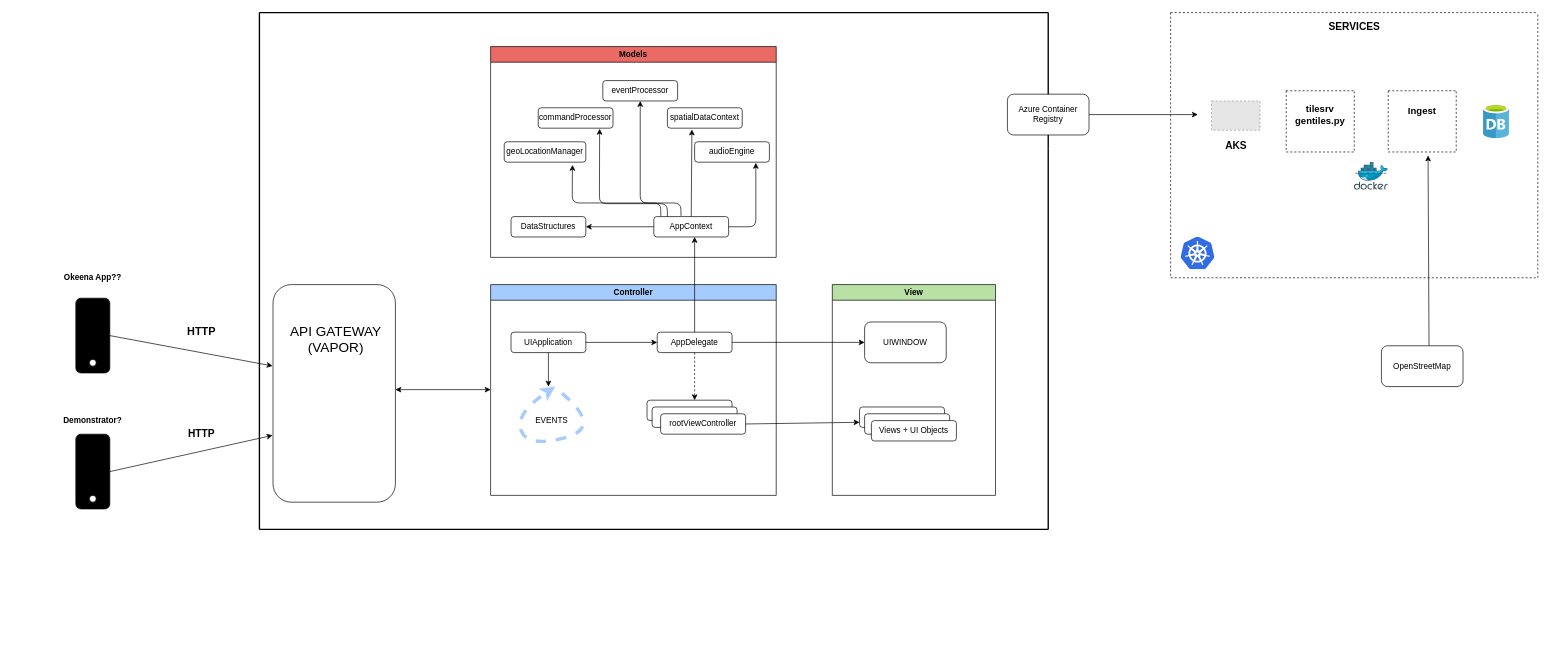
This is ArchitectureV2.drawio from willdonlan8/test, a draw.io file, before an edit. Source tidied: cells renumbered, new cells numbered last; positions are measured from the earlier drawing's top-left corner, leaving out a move shared by most shapes. Both pictures are drawn from the tidied source at 68%, with x=0, y=0 at pixel (41, 12). Pictures stored in the file or linked from it are replaced by grey dashed boxes.
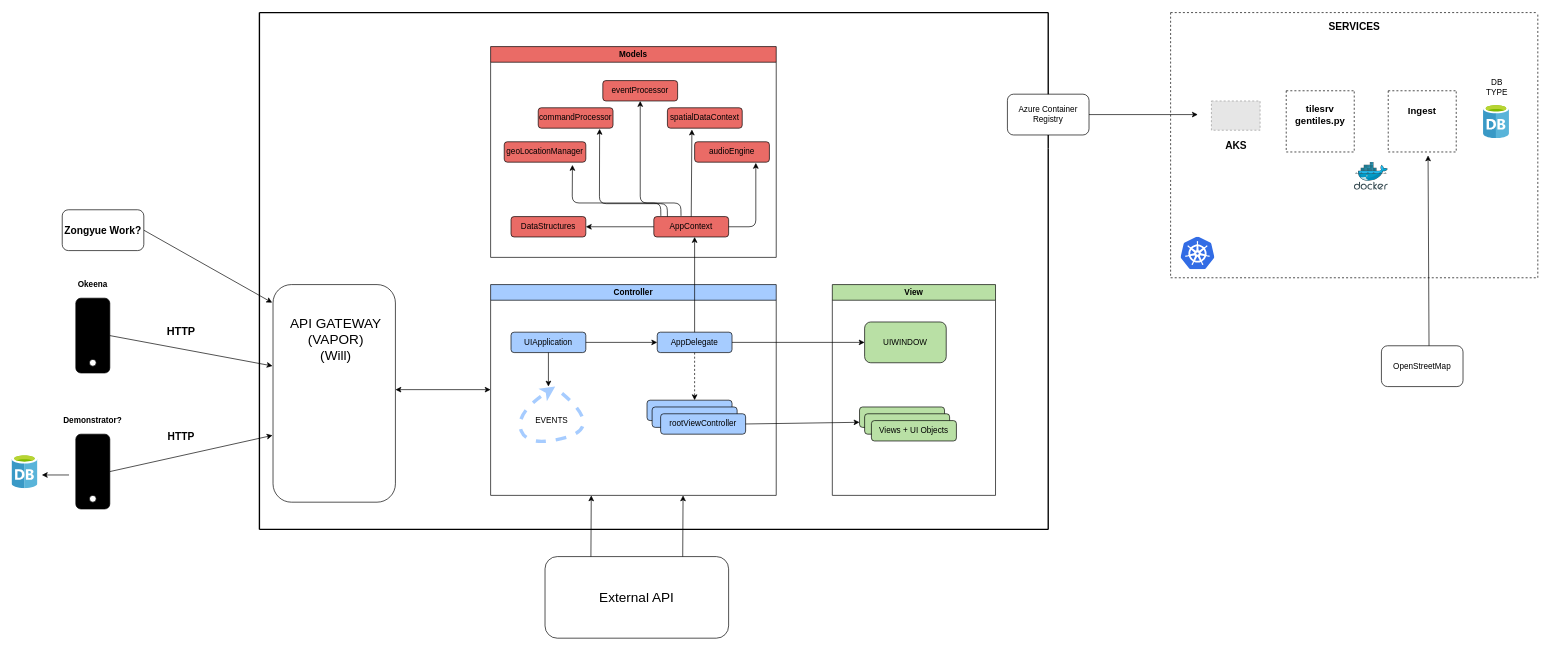
The same page after the edit.

The change refers to these unchanged cells:
```xml
<mxCell id="2" value="Controller" style="swimlane;strokeColor=#000000;fillColor=#A6CCFF;" parent="1" vertex="1">
  <mxGeometry x="660" y="400" width="420" height="310" as="geometry" />
</mxCell>
<mxCell id="12" value="View" style="swimlane;strokeColor=#000000;fillColor=#B9E0A5;" parent="1" vertex="1">
  <mxGeometry x="1162.5" y="400" width="240" height="310" as="geometry" />
</mxCell>
<mxCell id="15" value="Models" style="swimlane;strokeColor=#000000;fillColor=#EA6B66;" parent="1" vertex="1">
  <mxGeometry x="660" y="50" width="420" height="310" as="geometry" />
</mxCell>
<mxCell id="34" value="&lt;font style=&quot;font-size: 20px&quot;&gt;&lt;br&gt;&lt;/font&gt;" style="rounded=1;whiteSpace=wrap;html=1;strokeColor=#000000;fillColor=#FFFFFF;" parent="1" vertex="1">
  <mxGeometry x="340" y="400" width="180" height="320" as="geometry" />
</mxCell>
<mxCell id="49" style="swimlane;startSize=0;strokeColor=#000000;fillColor=#FFFFFF;dashed=1;" parent="1" vertex="1">
  <mxGeometry x="1660" width="540" height="390" as="geometry" />
</mxCell>
```

The edit, as a diff of the source:
```diff
@@
-    <mxCell id="3" value="AppDelegate" style="rounded=1;whiteSpace=wrap;html=1;" parent="2" vertex="1">
+    <mxCell id="3" value="AppDelegate" style="rounded=1;whiteSpace=wrap;html=1;fillColor=#A6CCFF;" parent="2" vertex="1">
       <mxGeometry x="245" y="70" width="110" height="30" as="geometry" />
     </mxCell>
-    <mxCell id="4" style="rounded=1;whiteSpace=wrap;html=1;strokeColor=#000000;" parent="2" vertex="1">
+    <mxCell id="4" style="rounded=1;whiteSpace=wrap;html=1;strokeColor=#000000;fillColor=#A6CCFF;" parent="2" vertex="1">
       <mxGeometry x="230" y="170" width="125" height="30" as="geometry" />
     </mxCell>
-    <mxCell id="5" style="rounded=1;whiteSpace=wrap;html=1;strokeColor=#000000;" parent="2" vertex="1">
+    <mxCell id="5" style="rounded=1;whiteSpace=wrap;html=1;strokeColor=#000000;fillColor=#A6CCFF;" parent="2" vertex="1">
       <mxGeometry x="237.5" y="180" width="125" height="30" as="geometry" />
     </mxCell>
-    <mxCell id="6" value="rootViewController" style="rounded=1;whiteSpace=wrap;html=1;strokeColor=#000000;" parent="2" vertex="1">
+    <mxCell id="6" value="rootViewController" style="rounded=1;whiteSpace=wrap;html=1;strokeColor=#000000;fillColor=#A6CCFF;" parent="2" vertex="1">
       <mxGeometry x="250" y="190" width="125" height="30" as="geometry" />
     </mxCell>
-    <mxCell id="7" value="UIApplication" style="rounded=1;whiteSpace=wrap;html=1;" parent="2" vertex="1">
+    <mxCell id="7" value="UIApplication" style="rounded=1;whiteSpace=wrap;html=1;fillColor=#A6CCFF;" parent="2" vertex="1">
       <mxGeometry x="30" y="70" width="110" height="30" as="geometry" />
     </mxCell>
@@
-    <mxCell id="13" style="rounded=1;whiteSpace=wrap;html=1;strokeColor=#000000;" parent="12" vertex="1">
+    <mxCell id="13" style="rounded=1;whiteSpace=wrap;html=1;strokeColor=#000000;fillColor=#B9E0A5;" parent="12" vertex="1">
       <mxGeometry x="40" y="180" width="125" height="30" as="geometry" />
     </mxCell>
-    <mxCell id="14" value="UIWINDOW" style="rounded=1;whiteSpace=wrap;html=1;strokeColor=#000000;fillColor=#FFFFFF;" parent="12" vertex="1">
+    <mxCell id="14" value="UIWINDOW" style="rounded=1;whiteSpace=wrap;html=1;strokeColor=#000000;fillColor=#B9E0A5;" parent="12" vertex="1">
       <mxGeometry x="47.5" y="55" width="120" height="60" as="geometry" />
     </mxCell>
@@
-    <mxCell id="16" value="AppContext" style="rounded=1;whiteSpace=wrap;html=1;" parent="15" vertex="1">
+    <mxCell id="16" value="AppContext" style="rounded=1;whiteSpace=wrap;html=1;fillColor=#EA6B66;" parent="15" vertex="1">
       <mxGeometry x="240" y="250" width="110" height="30" as="geometry" />
     </mxCell>
-    <mxCell id="17" value="geoLocationManager" style="rounded=1;whiteSpace=wrap;html=1;" parent="15" vertex="1">
+    <mxCell id="17" value="geoLocationManager" style="rounded=1;whiteSpace=wrap;html=1;fillColor=#EA6B66;" parent="15" vertex="1">
       <mxGeometry x="20" y="140" width="120" height="30" as="geometry" />
     </mxCell>
-    <mxCell id="18" value="spatialDataContext" style="rounded=1;whiteSpace=wrap;html=1;" parent="15" vertex="1">
+    <mxCell id="18" value="spatialDataContext" style="rounded=1;whiteSpace=wrap;html=1;fillColor=#EA6B66;" parent="15" vertex="1">
       <mxGeometry x="260" y="90" width="110" height="30" as="geometry" />
     </mxCell>
-    <mxCell id="19" value="commandProcessor" style="rounded=1;whiteSpace=wrap;html=1;" parent="15" vertex="1">
+    <mxCell id="19" value="commandProcessor" style="rounded=1;whiteSpace=wrap;html=1;fillColor=#EA6B66;" parent="15" vertex="1">
       <mxGeometry x="70" y="90" width="110" height="30" as="geometry" />
     </mxCell>
-    <mxCell id="20" value="DataStructures" style="rounded=1;whiteSpace=wrap;html=1;" parent="15" vertex="1">
+    <mxCell id="20" value="DataStructures" style="rounded=1;whiteSpace=wrap;html=1;fillColor=#EA6B66;" parent="15" vertex="1">
       <mxGeometry x="30" y="250" width="110" height="30" as="geometry" />
     </mxCell>
-    <mxCell id="21" value="eventProcessor" style="rounded=1;whiteSpace=wrap;html=1;" parent="15" vertex="1">
+    <mxCell id="21" value="eventProcessor" style="rounded=1;whiteSpace=wrap;html=1;fillColor=#EA6B66;" parent="15" vertex="1">
       <mxGeometry x="165" y="50" width="110" height="30" as="geometry" />
     </mxCell>
@@
-    <mxCell id="23" value="audioEngine" style="rounded=1;whiteSpace=wrap;html=1;" parent="15" vertex="1">
+    <mxCell id="23" value="audioEngine" style="rounded=1;whiteSpace=wrap;html=1;fillColor=#EA6B66;" parent="15" vertex="1">
       <mxGeometry x="300" y="140" width="110" height="30" as="geometry" />
     </mxCell>
@@
-    <mxCell id="29" style="rounded=1;whiteSpace=wrap;html=1;strokeColor=#000000;" parent="1" vertex="1">
+    <mxCell id="29" style="rounded=1;whiteSpace=wrap;html=1;strokeColor=#000000;fillColor=#B9E0A5;" parent="1" vertex="1">
       <mxGeometry x="1210" y="590" width="125" height="30" as="geometry" />
     </mxCell>
-    <mxCell id="30" value="Views + UI Objects" style="rounded=1;whiteSpace=wrap;html=1;strokeColor=#000000;" parent="1" vertex="1">
+    <mxCell id="30" value="Views + UI Objects" style="rounded=1;whiteSpace=wrap;html=1;strokeColor=#000000;fillColor=#B9E0A5;" parent="1" vertex="1">
       <mxGeometry x="1220" y="600" width="125" height="30" as="geometry" />
     </mxCell>
@@
-    <mxCell id="41" value="&lt;font style=&quot;font-size: 20px&quot;&gt;API GATEWAY&lt;br&gt;(VAPOR)&lt;br&gt;&lt;/font&gt;" style="text;html=1;strokeColor=none;fillColor=none;align=center;verticalAlign=middle;whiteSpace=wrap;rounded=0;rotation=0;" parent="1" vertex="1">
+    <mxCell id="41" value="&lt;font style=&quot;font-size: 20px&quot;&gt;API GATEWAY&lt;br&gt;(VAPOR)&lt;br&gt;(Will)&lt;br&gt;&lt;/font&gt;" style="text;html=1;strokeColor=none;fillColor=none;align=center;verticalAlign=middle;whiteSpace=wrap;rounded=0;rotation=0;" parent="1" vertex="1">
       <mxGeometry x="345" y="420" width="175" height="120" as="geometry" />
     </mxCell>
@@
+    <mxCell id="68" value="DB TYPE" style="text;html=1;strokeColor=none;fillColor=none;align=center;verticalAlign=middle;whiteSpace=wrap;rounded=0;" parent="49" vertex="1">
+      <mxGeometry x="460" y="100" width="40" height="20" as="geometry" />
+    </mxCell>
@@
-    <mxCell id="63" value="&lt;b&gt;Okeena App??&lt;/b&gt;" style="text;html=1;strokeColor=none;fillColor=none;align=center;verticalAlign=middle;whiteSpace=wrap;rounded=0;" parent="1" vertex="1">
-      <mxGeometry y="350" width="150" height="80" as="geometry" />
-    </mxCell>
@@
     <mxCell id="66" value="&lt;font style=&quot;font-size: 16px&quot;&gt;&lt;b&gt;HTTP&lt;/b&gt;&lt;/font&gt;" style="text;html=1;strokeColor=none;fillColor=none;align=center;verticalAlign=middle;whiteSpace=wrap;rounded=0;" parent="1" vertex="1">
-      <mxGeometry x="200" y="450" width="70" height="35" as="geometry" />
+      <mxGeometry x="170" y="450" width="70" height="35" as="geometry" />
     </mxCell>
     <mxCell id="67" value="&lt;b&gt;&lt;font style=&quot;font-size: 15px&quot;&gt;HTTP&lt;/font&gt;&lt;/b&gt;" style="text;html=1;strokeColor=none;fillColor=none;align=center;verticalAlign=middle;whiteSpace=wrap;rounded=0;" parent="1" vertex="1">
-      <mxGeometry x="200" y="600" width="70" height="35" as="geometry" />
+      <mxGeometry x="170" y="605" width="70" height="35" as="geometry" />
     </mxCell>
+    <mxCell id="69" value="&lt;font style=&quot;font-size: 20px&quot;&gt;External API&lt;br&gt;&lt;/font&gt;" style="rounded=1;whiteSpace=wrap;html=1;strokeColor=#000000;fillColor=#FFFFFF;direction=south;" parent="1" vertex="1">
+      <mxGeometry x="740" y="800" width="270" height="120" as="geometry" />
+    </mxCell>
+    <mxCell id="70" value="&lt;b&gt;Okeena&lt;/b&gt;" style="text;html=1;strokeColor=none;fillColor=none;align=center;verticalAlign=middle;whiteSpace=wrap;rounded=0;" parent="1" vertex="1">
+      <mxGeometry y="360" width="150" height="80" as="geometry" />
+    </mxCell>
+    <mxCell id="71" style="endArrow=classic;html=1;exitX=0;exitY=0.75;exitDx=0;exitDy=0;" parent="1" edge="1" source="69">
+      <mxGeometry relative="1" as="geometry">
+        <mxPoint x="808" y="710" as="targetPoint" />
+      </mxGeometry>
+    </mxCell>
+    <mxCell id="72" style="endArrow=classic;html=1;exitX=0;exitY=0.25;exitDx=0;exitDy=0;" parent="1" edge="1" source="69">
+      <mxGeometry relative="1" as="geometry">
+        <mxPoint x="943" y="710" as="targetPoint" />
+      </mxGeometry>
+    </mxCell>
+    <mxCell id="73" style="html=1;align=center;image;fontSize=12;image=img/lib/mscae/Database_General.svg;strokeColor=#000000;fillColor=#FFFFFF;" parent="1" vertex="1">
+      <mxGeometry x="-44" y="650" width="38" height="50" as="geometry" />
+    </mxCell>
+    <mxCell id="74" style="endArrow=classic;html=1;" parent="1" edge="1">
+      <mxGeometry relative="1" as="geometry">
+        <mxPoint x="40" y="680" as="sourcePoint" />
+        <mxPoint y="680" as="targetPoint" />
+      </mxGeometry>
+    </mxCell>
+    <mxCell id="75" style="endArrow=classic;html=1;entryX=-0.007;entryY=0.083;entryDx=0;entryDy=0;entryPerimeter=0;exitX=1;exitY=0.5;exitDx=0;exitDy=0;" parent="1" edge="1" source="76" target="34">
+      <mxGeometry relative="1" as="geometry" />
+    </mxCell>
+    <mxCell id="76" value="&lt;b&gt;&lt;font style=&quot;font-size: 15px&quot;&gt;Zongyue Work?&lt;/font&gt;&lt;/b&gt;" style="rounded=1;whiteSpace=wrap;html=1;fillColor=#FFFFFF;" parent="1" vertex="1">
+      <mxGeometry x="30" y="290" width="120" height="60" as="geometry" />
+    </mxCell>
```
